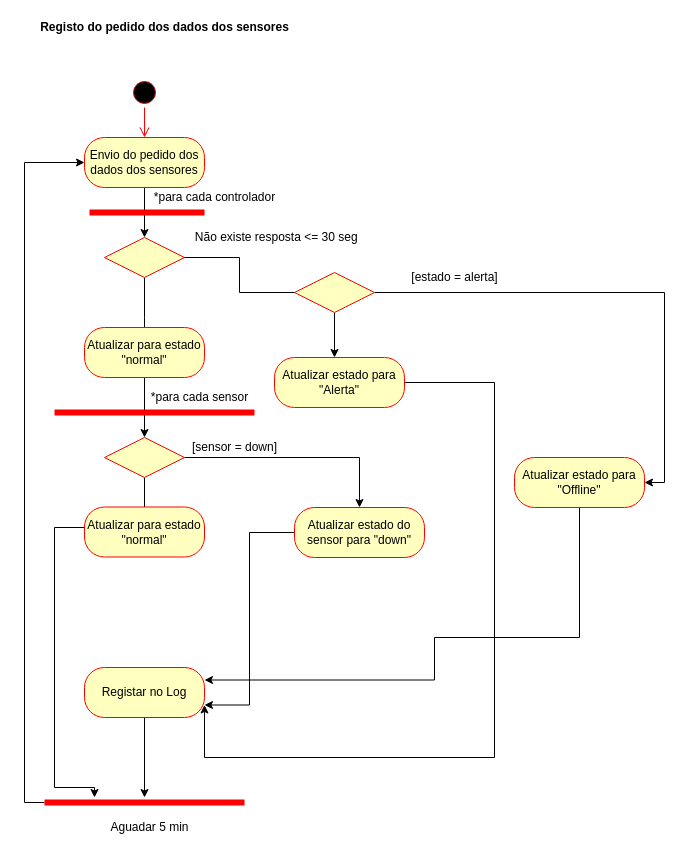
cunhaestgv/Colheitas keeps this draw.io diagram as page "Diagrama de Atividades Globais" (9 of 11) of Diagrama de Atividades_Trabalho_final.drawio. Above is the earlier version. Source tidied: cells renumbered, new cells numbered last; positions are measured from the earlier drawing's top-left corner, leaving out a move shared by most shapes. Both pictures are drawn from the tidied source at 100%, with x=0, y=0 at pixel (24, 17).
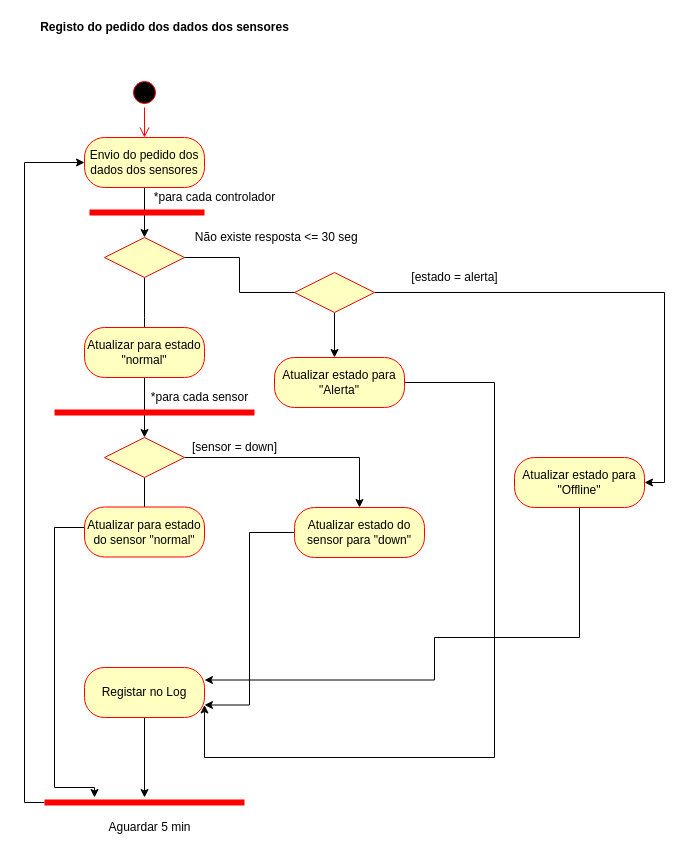
The same page after the edit.

What changed in the source:
```diff
@@
-    <mxCell id="29" value="Atualizar para estado &quot;normal&quot;" style="rounded=1;whiteSpace=wrap;html=1;arcSize=40;fontColor=#000000;fillColor=#ffffc0;strokeColor=#ff0000;" parent="1" vertex="1">
+    <mxCell id="29" value="Atualizar para estado do sensor &quot;normal&quot;" style="rounded=1;whiteSpace=wrap;html=1;arcSize=40;fontColor=#000000;fillColor=#ffffc0;strokeColor=#ff0000;" parent="1" vertex="1">
       <mxGeometry x="60" y="489.5" width="120" height="50" as="geometry" />
     </mxCell>
@@
-    <mxCell id="32" value="Aguadar 5 min" style="text;html=1;align=center;verticalAlign=middle;strokeColor=none;" parent="1" vertex="1">
-      <mxGeometry x="80" y="800" width="90" height="20" as="geometry" />
+    <mxCell id="32" value="Aguardar 5 min" style="text;html=1;align=center;verticalAlign=middle;strokeColor=none;" parent="1" vertex="1">
+      <mxGeometry x="75" y="800" width="100" height="20" as="geometry" />
     </mxCell>
```
